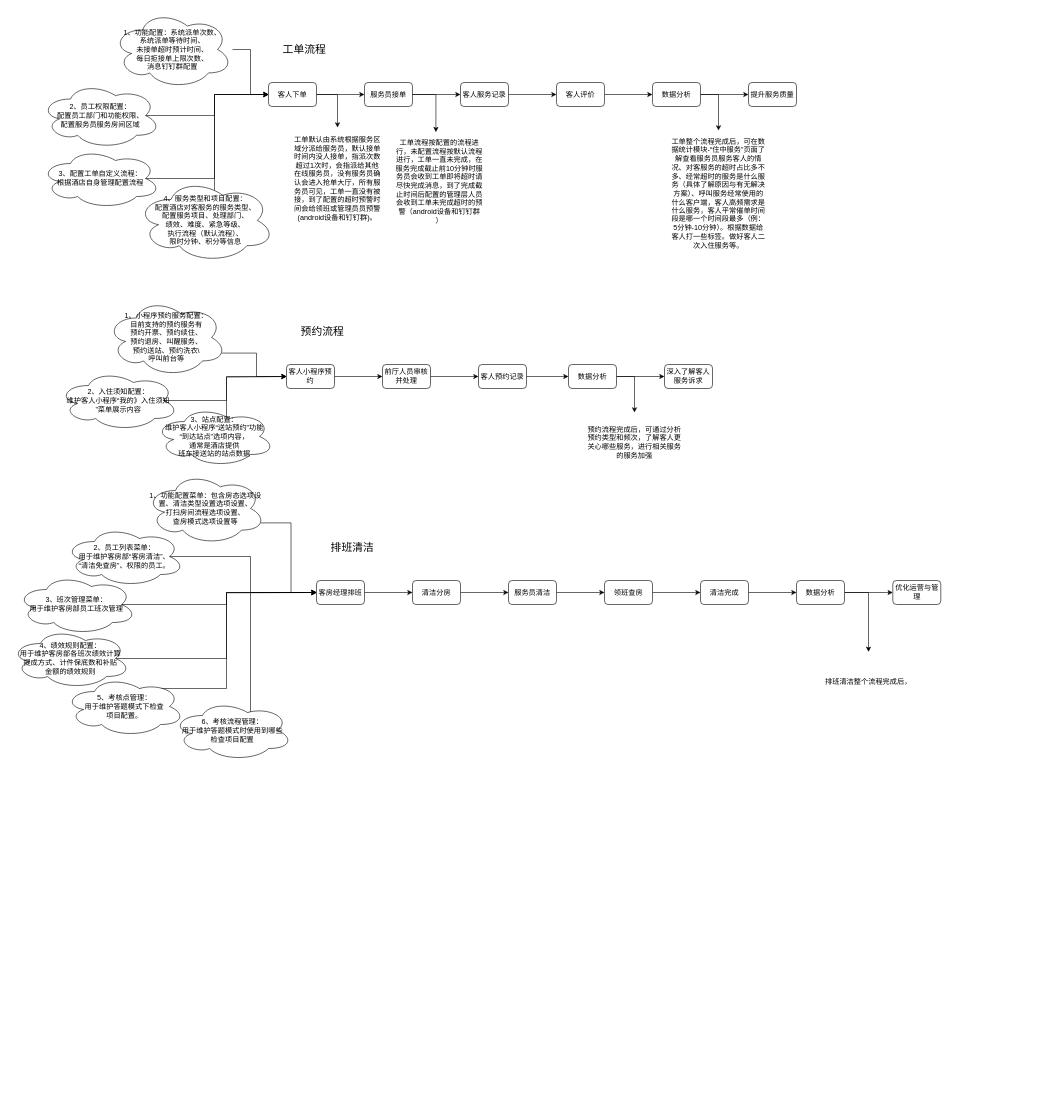
This is xzzh/服务管家培训讲解流程图.drawio from daniel-7d/draw, a draw.io file, before an edit. Source tidied: cells renumbered, new cells numbered last; positions are measured from the earlier drawing's top-left corner, leaving out a move shared by most shapes. Both pictures are drawn from the tidied source at 60%, with x=0, y=0 at pixel (10, 10).
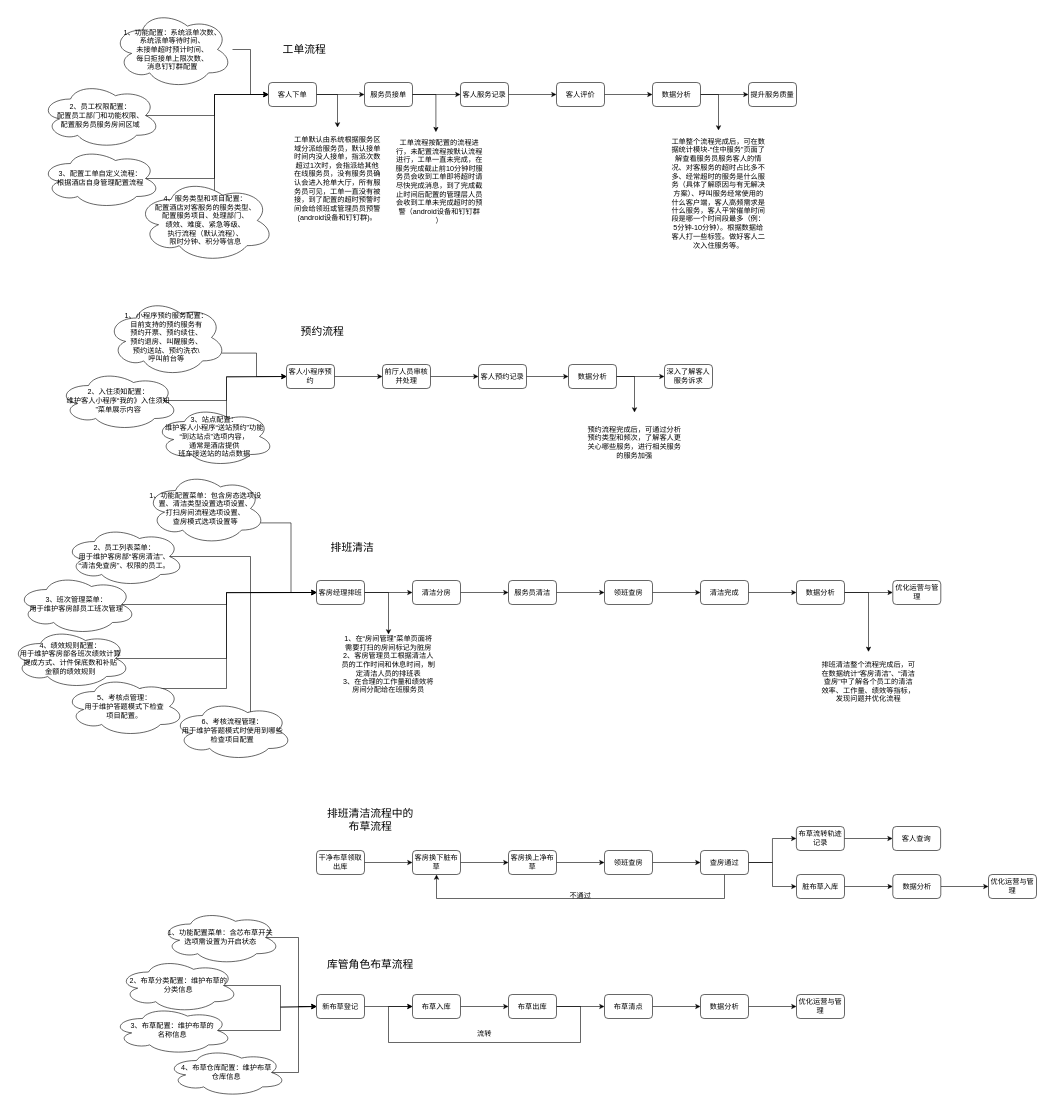
Above is the later version.

Commit message:
更新服务管家培训讲解流程图.drawio

The change refers to these unchanged cells:
```xml
<mxCell id="47" value="客房经理排班" style="rounded=1;whiteSpace=wrap;html=1;" parent="1" vertex="1">
  <mxGeometry x="510" y="950" width="80" height="40" as="geometry" />
</mxCell>
```

Change to the diagram source:
```diff
@@
+    <mxCell id="74" style="edgeStyle=orthogonalEdgeStyle;rounded=0;jettySize=auto;html=1;exitX=1;exitY=0.5;exitDx=0;exitDy=0;entryX=0.5;entryY=0;entryDx=0;entryDy=0;" parent="1" edge="1" source="47" target="119">
+      <mxGeometry relative="1" as="geometry" />
+    </mxCell>
@@
-    <mxCell id="73" value="排班清洁整个流程完成后，" style="text;html=1;strokeColor=none;fillColor=none;align=center;verticalAlign=middle;whiteSpace=wrap;rounded=0;" parent="1" vertex="1">
+    <mxCell id="73" value="排班清洁整个流程完成后，可在数据统计“客房清洁”、“清洁查房”中了解各个员工的清洁效率、工作量、绩效等指标，发现问题并优化流程" style="text;html=1;strokeColor=none;fillColor=none;align=center;verticalAlign=middle;whiteSpace=wrap;rounded=0;" parent="1" vertex="1">
       <mxGeometry x="1350" y="1069" width="160" height="100" as="geometry" />
     </mxCell>
+    <mxCell id="75" style="edgeStyle=orthogonalEdgeStyle;rounded=0;jettySize=auto;html=1;exitX=1;exitY=0.5;exitDx=0;exitDy=0;" parent="1" edge="1" source="76" target="79">
+      <mxGeometry relative="1" as="geometry" />
+    </mxCell>
+    <mxCell id="76" value="干净布草领取出库" style="rounded=1;whiteSpace=wrap;html=1;" parent="1" vertex="1">
+      <mxGeometry x="510" y="1400" width="80" height="40" as="geometry" />
+    </mxCell>
+    <mxCell id="77" value="&lt;span style=&quot;font-size: 18px;&quot;&gt;排班清洁流程中的布草流程&lt;/span&gt;" style="text;html=1;strokeColor=none;fillColor=none;align=center;verticalAlign=middle;whiteSpace=wrap;rounded=0;" parent="1" vertex="1">
+      <mxGeometry x="520" y="1330" width="160.2" height="40" as="geometry" />
+    </mxCell>
+    <mxCell id="78" style="edgeStyle=orthogonalEdgeStyle;rounded=0;jettySize=auto;html=1;exitX=1;exitY=0.5;exitDx=0;exitDy=0;entryX=0;entryY=0.5;entryDx=0;entryDy=0;" parent="1" edge="1" source="79" target="81">
+      <mxGeometry relative="1" as="geometry" />
+    </mxCell>
+    <mxCell id="79" value="客房换下脏布草" style="rounded=1;whiteSpace=wrap;html=1;" parent="1" vertex="1">
+      <mxGeometry x="670" y="1400" width="80" height="40" as="geometry" />
+    </mxCell>
+    <mxCell id="80" style="edgeStyle=orthogonalEdgeStyle;rounded=0;jettySize=auto;html=1;exitX=1;exitY=0.5;exitDx=0;exitDy=0;entryX=0;entryY=0.5;entryDx=0;entryDy=0;" parent="1" edge="1" source="81" target="83">
+      <mxGeometry relative="1" as="geometry" />
+    </mxCell>
+    <mxCell id="81" value="客房换上净布草" style="rounded=1;whiteSpace=wrap;html=1;" parent="1" vertex="1">
+      <mxGeometry x="830" y="1400" width="80" height="40" as="geometry" />
+    </mxCell>
+    <mxCell id="82" style="edgeStyle=orthogonalEdgeStyle;rounded=0;jettySize=auto;html=1;exitX=1;exitY=0.5;exitDx=0;exitDy=0;" parent="1" edge="1" source="83" target="87">
+      <mxGeometry relative="1" as="geometry" />
+    </mxCell>
+    <mxCell id="83" value="领班查房" style="rounded=1;whiteSpace=wrap;html=1;" parent="1" vertex="1">
+      <mxGeometry x="990" y="1400" width="80" height="40" as="geometry" />
+    </mxCell>
+    <mxCell id="84" style="edgeStyle=orthogonalEdgeStyle;rounded=0;jettySize=auto;html=1;exitX=1;exitY=0.5;exitDx=0;exitDy=0;" parent="1" edge="1" source="87" target="89">
+      <mxGeometry relative="1" as="geometry" />
+    </mxCell>
+    <mxCell id="85" style="edgeStyle=orthogonalEdgeStyle;rounded=0;jettySize=auto;html=1;exitX=1;exitY=0.5;exitDx=0;exitDy=0;entryX=0;entryY=0.5;entryDx=0;entryDy=0;" parent="1" edge="1" source="87" target="92">
+      <mxGeometry relative="1" as="geometry" />
+    </mxCell>
+    <mxCell id="86" style="edgeStyle=orthogonalEdgeStyle;rounded=0;jettySize=auto;html=1;exitX=0.5;exitY=1;exitDx=0;exitDy=0;entryX=0.5;entryY=1;entryDx=0;entryDy=0;" parent="1" edge="1" source="87" target="79">
+      <mxGeometry relative="1" as="geometry">
+        <Array as="points">
+          <mxPoint x="1190" y="1480" />
+          <mxPoint x="710" y="1480" />
+        </Array>
+      </mxGeometry>
+    </mxCell>
+    <mxCell id="87" value="查房通过" style="rounded=1;whiteSpace=wrap;html=1;" parent="1" vertex="1">
+      <mxGeometry x="1150" y="1400" width="80" height="40" as="geometry" />
+    </mxCell>
+    <mxCell id="88" style="edgeStyle=orthogonalEdgeStyle;rounded=0;jettySize=auto;html=1;exitX=1;exitY=0.5;exitDx=0;exitDy=0;" parent="1" edge="1" source="89" target="90">
+      <mxGeometry relative="1" as="geometry" />
+    </mxCell>
+    <mxCell id="89" value="布草流转轨迹记录" style="rounded=1;whiteSpace=wrap;html=1;" parent="1" vertex="1">
+      <mxGeometry x="1309.8" y="1360" width="80" height="40" as="geometry" />
+    </mxCell>
+    <mxCell id="90" value="客人查询" style="rounded=1;whiteSpace=wrap;html=1;" parent="1" vertex="1">
+      <mxGeometry x="1470.2" y="1360" width="80" height="40" as="geometry" />
+    </mxCell>
+    <mxCell id="91" style="edgeStyle=orthogonalEdgeStyle;rounded=0;jettySize=auto;html=1;exitX=1;exitY=0.5;exitDx=0;exitDy=0;" parent="1" edge="1" source="92" target="94">
+      <mxGeometry relative="1" as="geometry" />
+    </mxCell>
+    <mxCell id="92" value="脏布草入库" style="rounded=1;whiteSpace=wrap;html=1;" parent="1" vertex="1">
+      <mxGeometry x="1310" y="1440" width="80" height="40" as="geometry" />
+    </mxCell>
+    <mxCell id="93" style="edgeStyle=orthogonalEdgeStyle;rounded=0;jettySize=auto;html=1;exitX=1;exitY=0.5;exitDx=0;exitDy=0;entryX=0;entryY=0.5;entryDx=0;entryDy=0;" parent="1" edge="1" source="94" target="95">
+      <mxGeometry relative="1" as="geometry" />
+    </mxCell>
+    <mxCell id="94" value="数据分析" style="rounded=1;whiteSpace=wrap;html=1;" parent="1" vertex="1">
+      <mxGeometry x="1470.5" y="1440" width="80" height="40" as="geometry" />
+    </mxCell>
+    <mxCell id="95" value="优化运营与管理" style="rounded=1;whiteSpace=wrap;html=1;" parent="1" vertex="1">
+      <mxGeometry x="1630" y="1440" width="80" height="40" as="geometry" />
+    </mxCell>
+    <mxCell id="96" value="不通过" style="text;html=1;strokeColor=none;fillColor=none;align=center;verticalAlign=middle;whiteSpace=wrap;rounded=0;" parent="1" vertex="1">
+      <mxGeometry x="920" y="1460" width="60" height="30" as="geometry" />
+    </mxCell>
+    <mxCell id="97" style="edgeStyle=orthogonalEdgeStyle;rounded=0;jettySize=auto;html=1;exitX=1;exitY=0.5;exitDx=0;exitDy=0;" parent="1" edge="1" source="98" target="101">
+      <mxGeometry relative="1" as="geometry" />
+    </mxCell>
+    <mxCell id="98" value="新布草登记" style="rounded=1;whiteSpace=wrap;html=1;" parent="1" vertex="1">
+      <mxGeometry x="510" y="1640" width="80" height="40" as="geometry" />
+    </mxCell>
+    <mxCell id="99" value="&lt;span style=&quot;font-size: 18px;&quot;&gt;库管角色布草流程&lt;/span&gt;" style="text;html=1;strokeColor=none;fillColor=none;align=center;verticalAlign=middle;whiteSpace=wrap;rounded=0;" parent="1" vertex="1">
+      <mxGeometry x="520" y="1570" width="160.2" height="40" as="geometry" />
+    </mxCell>
+    <mxCell id="100" style="edgeStyle=orthogonalEdgeStyle;rounded=0;jettySize=auto;html=1;exitX=1;exitY=0.5;exitDx=0;exitDy=0;entryX=0;entryY=0.5;entryDx=0;entryDy=0;" parent="1" edge="1" source="101" target="104">
+      <mxGeometry relative="1" as="geometry" />
+    </mxCell>
+    <mxCell id="101" value="布草入库" style="rounded=1;whiteSpace=wrap;html=1;" parent="1" vertex="1">
+      <mxGeometry x="670" y="1640" width="80" height="40" as="geometry" />
+    </mxCell>
+    <mxCell id="102" style="edgeStyle=orthogonalEdgeStyle;rounded=0;jettySize=auto;html=1;exitX=1;exitY=0.5;exitDx=0;exitDy=0;entryX=0;entryY=0.5;entryDx=0;entryDy=0;" parent="1" edge="1" source="104" target="106">
+      <mxGeometry relative="1" as="geometry" />
+    </mxCell>
+    <mxCell id="103" style="edgeStyle=orthogonalEdgeStyle;rounded=0;jettySize=auto;html=1;exitX=1;exitY=0.5;exitDx=0;exitDy=0;entryX=0;entryY=0.5;entryDx=0;entryDy=0;" parent="1" edge="1" source="104" target="101">
+      <mxGeometry relative="1" as="geometry">
+        <Array as="points">
+          <mxPoint x="950" y="1660" />
+          <mxPoint x="950" y="1720" />
+          <mxPoint x="630" y="1720" />
+          <mxPoint x="630" y="1660" />
+        </Array>
+      </mxGeometry>
+    </mxCell>
+    <mxCell id="104" value="布草出库" style="rounded=1;whiteSpace=wrap;html=1;" parent="1" vertex="1">
+      <mxGeometry x="830" y="1640" width="80" height="40" as="geometry" />
+    </mxCell>
+    <mxCell id="105" style="edgeStyle=orthogonalEdgeStyle;rounded=0;jettySize=auto;html=1;exitX=1;exitY=0.5;exitDx=0;exitDy=0;" parent="1" edge="1" source="106" target="108">
+      <mxGeometry relative="1" as="geometry" />
+    </mxCell>
+    <mxCell id="106" value="布草清点" style="rounded=1;whiteSpace=wrap;html=1;" parent="1" vertex="1">
+      <mxGeometry x="990" y="1640" width="80" height="40" as="geometry" />
+    </mxCell>
+    <mxCell id="107" style="edgeStyle=orthogonalEdgeStyle;rounded=0;jettySize=auto;html=1;exitX=1;exitY=0.5;exitDx=0;exitDy=0;" parent="1" edge="1" source="108" target="109">
+      <mxGeometry relative="1" as="geometry" />
+    </mxCell>
+    <mxCell id="108" value="数据分析" style="rounded=1;whiteSpace=wrap;html=1;" parent="1" vertex="1">
+      <mxGeometry x="1150" y="1640" width="80" height="40" as="geometry" />
+    </mxCell>
+    <mxCell id="109" value="优化运营与管理" style="rounded=1;whiteSpace=wrap;html=1;" parent="1" vertex="1">
+      <mxGeometry x="1310" y="1640" width="80" height="40" as="geometry" />
+    </mxCell>
+    <mxCell id="110" value="流转" style="text;html=1;strokeColor=none;fillColor=none;align=center;verticalAlign=middle;whiteSpace=wrap;rounded=0;" parent="1" vertex="1">
+      <mxGeometry x="760" y="1690" width="60" height="30" as="geometry" />
+    </mxCell>
+    <mxCell id="111" style="edgeStyle=orthogonalEdgeStyle;rounded=0;jettySize=auto;html=1;exitX=0.875;exitY=0.5;exitDx=0;exitDy=0;exitPerimeter=0;entryX=0;entryY=0.5;entryDx=0;entryDy=0;" parent="1" edge="1" source="112" target="98">
+      <mxGeometry relative="1" as="geometry" />
+    </mxCell>
+    <mxCell id="112" value="1、功能配置菜单：含芯布草开关&lt;br&gt;选项需设置为开启状态" style="ellipse;shape=cloud;whiteSpace=wrap;html=1;" parent="1" vertex="1">
+      <mxGeometry x="250" y="1500" width="200" height="90" as="geometry" />
+    </mxCell>
+    <mxCell id="113" style="edgeStyle=orthogonalEdgeStyle;rounded=0;jettySize=auto;html=1;exitX=0.875;exitY=0.5;exitDx=0;exitDy=0;exitPerimeter=0;" parent="1" edge="1" source="114">
+      <mxGeometry relative="1" as="geometry">
+        <mxPoint x="510" y="1660" as="targetPoint" />
+        <Array as="points">
+          <mxPoint x="450" y="1625" />
+          <mxPoint x="450" y="1661" />
+        </Array>
+      </mxGeometry>
+    </mxCell>
+    <mxCell id="114" value="2、布草分类配置：维护布草的&lt;br&gt;分类信息" style="ellipse;shape=cloud;whiteSpace=wrap;html=1;" parent="1" vertex="1">
+      <mxGeometry x="180" y="1580" width="200" height="90" as="geometry" />
+    </mxCell>
+    <mxCell id="115" style="edgeStyle=orthogonalEdgeStyle;rounded=0;jettySize=auto;html=1;exitX=0.875;exitY=0.5;exitDx=0;exitDy=0;exitPerimeter=0;" parent="1" edge="1" source="116">
+      <mxGeometry relative="1" as="geometry">
+        <mxPoint x="510" y="1660" as="targetPoint" />
+        <Array as="points">
+          <mxPoint x="450" y="1700" />
+          <mxPoint x="450" y="1661" />
+        </Array>
+      </mxGeometry>
+    </mxCell>
+    <mxCell id="116" value="3、布草配置：维护布草的&lt;br&gt;名称信息" style="ellipse;shape=cloud;whiteSpace=wrap;html=1;" parent="1" vertex="1">
+      <mxGeometry x="170" y="1660" width="200" height="80" as="geometry" />
+    </mxCell>
+    <mxCell id="117" style="edgeStyle=orthogonalEdgeStyle;rounded=0;jettySize=auto;html=1;exitX=0.875;exitY=0.5;exitDx=0;exitDy=0;exitPerimeter=0;entryX=0;entryY=0.5;entryDx=0;entryDy=0;" parent="1" edge="1" source="118" target="98">
+      <mxGeometry relative="1" as="geometry">
+        <Array as="points">
+          <mxPoint x="480" y="1770" />
+          <mxPoint x="480" y="1660" />
+        </Array>
+      </mxGeometry>
+    </mxCell>
+    <mxCell id="118" value="4、布草仓库配置：维护布草&lt;br&gt;仓库信息" style="ellipse;shape=cloud;whiteSpace=wrap;html=1;" parent="1" vertex="1">
+      <mxGeometry x="260" y="1730" width="200" height="80" as="geometry" />
+    </mxCell>
+    <mxCell id="119" value="1、在“房间管理”菜单页面将需要打扫的房间标记为脏房&lt;br&gt;2、客房管理员工根据清洁人员的工作时间和休息时间，制定清洁人员的排班表&lt;br&gt;3、在合理的工作量和绩效将房间分配给在班服务员" style="text;html=1;strokeColor=none;fillColor=none;align=center;verticalAlign=middle;whiteSpace=wrap;rounded=0;" parent="1" vertex="1">
+      <mxGeometry x="550" y="1040" width="160" height="100" as="geometry" />
+    </mxCell>
```
